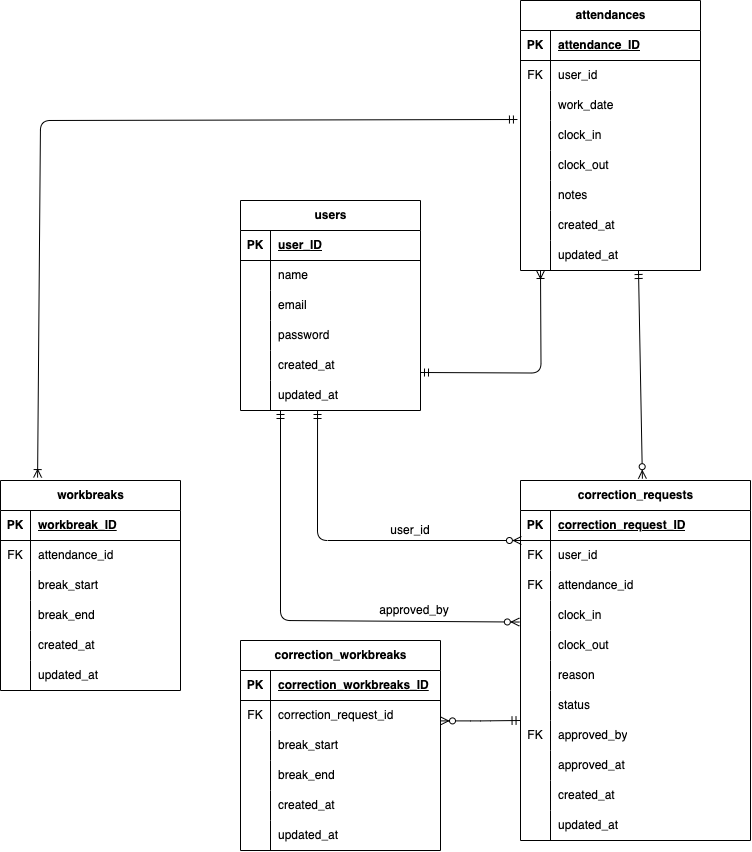
Maki625/mogi2 keeps this draw.io diagram as docs/er.drawio.png. Above is the earlier version. Source tidied: cells renumbered, new cells last; positions are measured from the earlier drawing's top-left corner, leaving out a move shared by most shapes.
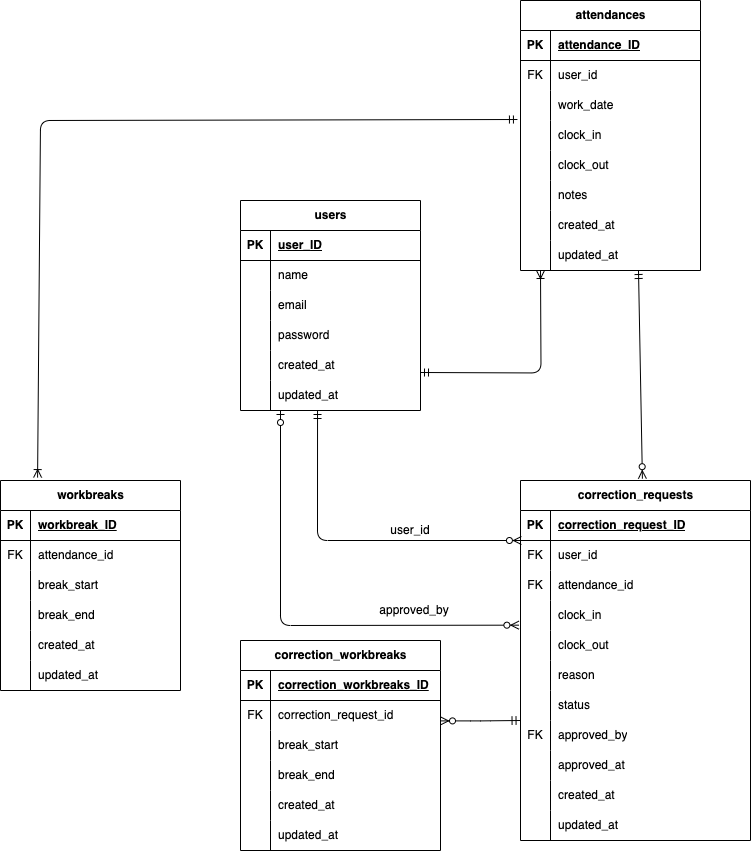
Later version of the same file.

What changed in the source:
```diff
@@ -384,14 +384,6 @@
         </Array>
       </mxGeometry>
     </mxCell>
-    <mxCell id="123" style="fontSize=12;html=1;endArrow=ERzeroToMany;startArrow=ERmandOne;exitX=0.428;exitY=1;exitDx=0;exitDy=0;exitPerimeter=0;entryX=-0.005;entryY=0.718;entryDx=0;entryDy=0;entryPerimeter=0;" parent="1" edge="1" target="75">
-      <mxGeometry relative="1" as="geometry">
-        <mxPoint x="280" y="410" as="sourcePoint" />
-        <Array as="points">
-          <mxPoint x="280" y="620" />
-        </Array>
-      </mxGeometry>
-    </mxCell>
     <object id="124" label="user_id" name="Variable" placeholders="1">
       <mxCell style="text;html=1;strokeColor=none;fillColor=none;align=center;verticalAlign=middle;whiteSpace=wrap;overflow=hidden;" parent="1" vertex="1">
         <mxGeometry x="370" y="520" width="80" height="20" as="geometry" />
@@ -402,5 +394,13 @@
         <mxGeometry x="374" y="600" width="80" height="20" as="geometry" />
       </mxCell>
     </object>
+    <mxCell id="126" style="fontSize=12;html=1;endArrow=ERzeroToMany;startArrow=ERzeroToOne;entryX=-0.007;entryY=0.822;entryDx=0;entryDy=0;entryPerimeter=0;" parent="1" edge="1" target="75">
+      <mxGeometry relative="1" as="geometry">
+        <mxPoint x="280" y="410" as="sourcePoint" />
+        <Array as="points">
+          <mxPoint x="280" y="625" />
+        </Array>
+      </mxGeometry>
+    </mxCell>
   </root>
 </mxGraphModel>
```
